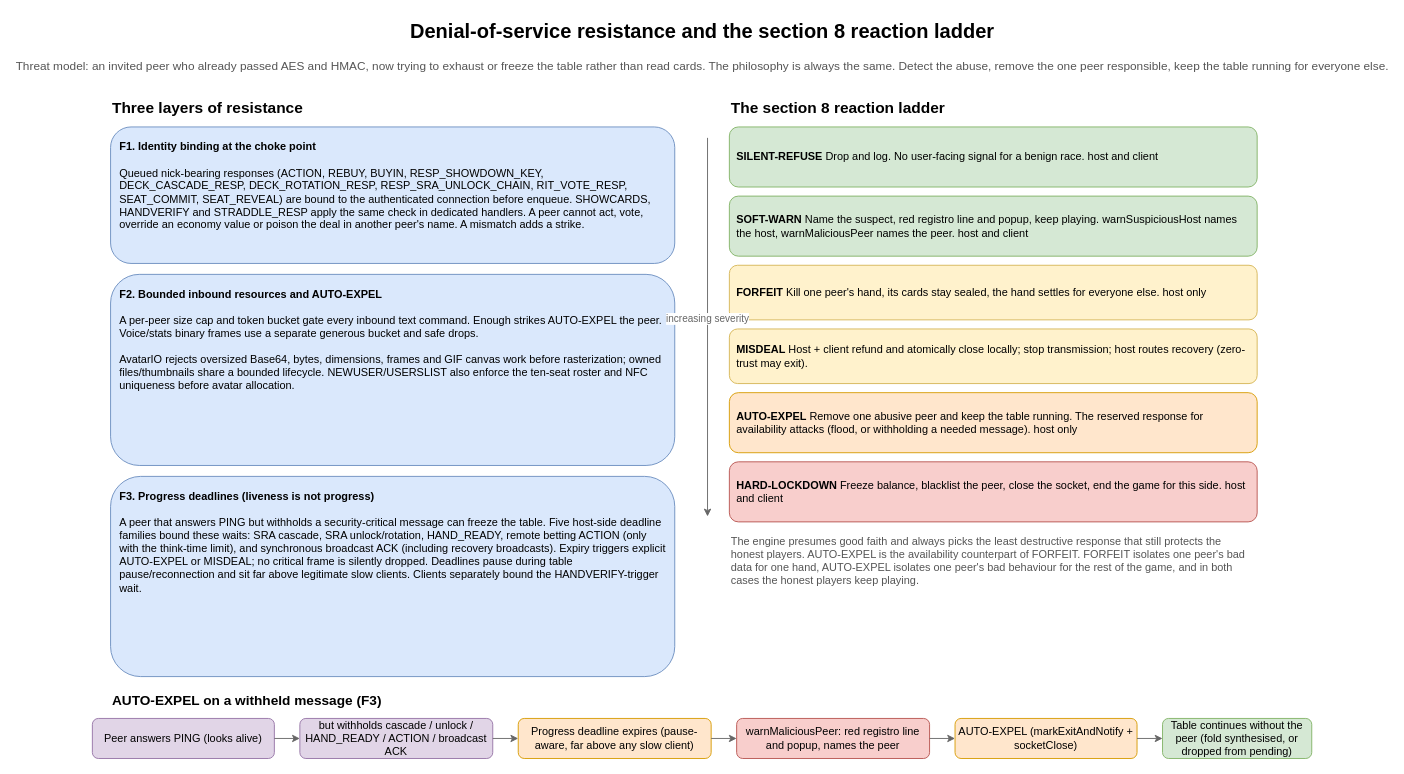
Above: docs/diagrams/dos-resistance.drawio in tonikelope/coronapoker (draw.io), before the change. Source tidied: cells renumbered, new cells numbered last; positions are measured from the earlier drawing's top-left corner, leaving out a move shared by most shapes. Both pictures are drawn from the tidied source at 91%, with x=0, y=0 at pixel (92, 15).
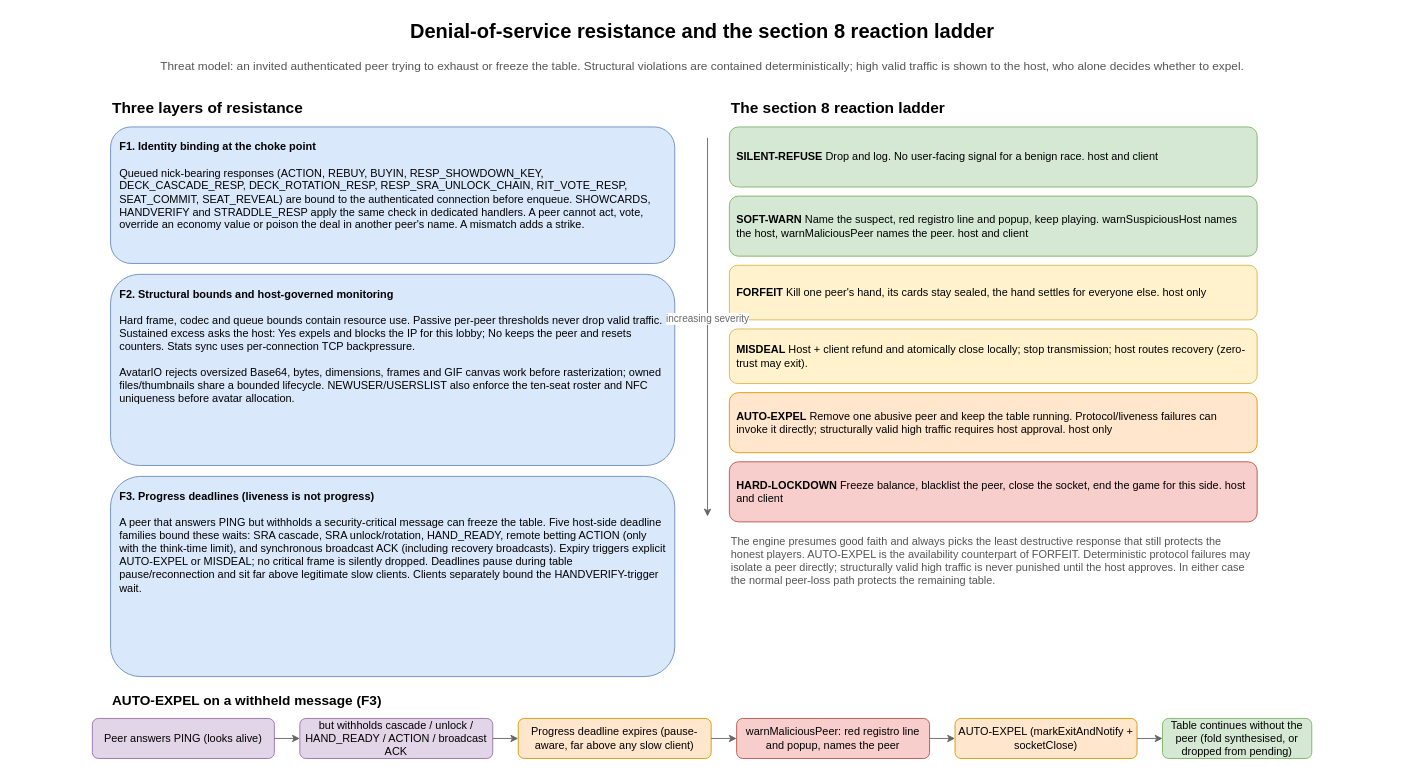
The same page after the edit.

What changed in the source:
```diff
@@
-    <mxCell id="3" value="Threat model: an invited peer who already passed AES and HMAC, now trying to exhaust or freeze the table rather than read cards. The philosophy is always the same. Detect the abuse, remove the one peer responsible, keep the table running for everyone else." style="text;html=1;fontSize=13;align=center;verticalAlign=middle;fontColor=#555555;" parent="1" vertex="1">
+    <mxCell id="3" value="Threat model: an invited authenticated peer trying to exhaust or freeze the table. Structural violations are contained deterministically; high valid traffic is shown to the host, who alone decides whether to expel." style="text;html=1;fontSize=13;align=center;verticalAlign=middle;fontColor=#555555;" parent="1" vertex="1">
       <mxGeometry y="38" width="1340" height="34" as="geometry" />
     </mxCell>
@@
-    <mxCell id="6" value="&lt;b&gt;F2. Bounded inbound resources and AUTO-EXPEL&lt;/b&gt;&lt;br&gt;&lt;br&gt;A per-peer size cap and token bucket gate every inbound text command. Enough strikes AUTO-EXPEL the peer. Voice/stats binary frames use a separate generous bucket and safe drops.&lt;br&gt;&lt;br&gt;AvatarIO rejects oversized Base64, bytes, dimensions, frames and GIF canvas work before rasterization; owned files/thumbnails share a bounded lifecycle. NEWUSER/USERSLIST also enforce the ten-seat roster and NFC uniqueness before avatar allocation." style="rounded=1;whiteSpace=wrap;html=1;fillColor=#dae8fc;strokeColor=#6c8ebf;align=left;verticalAlign=top;spacing=10;fontSize=12;" parent="1" vertex="1">
+    <mxCell id="6" value="&lt;b&gt;F2. Structural bounds and host-governed monitoring&lt;/b&gt;&lt;br&gt;&lt;br&gt;Hard frame, codec and queue bounds contain resource use. Passive per-peer thresholds never drop valid traffic. Sustained excess asks the host: Yes expels and blocks the IP for this lobby; No keeps the peer and resets counters. Stats sync uses per-connection TCP backpressure.&lt;br&gt;&lt;br&gt;AvatarIO rejects oversized Base64, bytes, dimensions, frames and GIF canvas work before rasterization; owned files/thumbnails share a bounded lifecycle. NEWUSER/USERSLIST also enforce the ten-seat roster and NFC uniqueness before avatar allocation." style="rounded=1;whiteSpace=wrap;html=1;fillColor=#dae8fc;strokeColor=#6c8ebf;align=left;verticalAlign=top;spacing=10;fontSize=12;" parent="1" vertex="1">
       <mxGeometry x="20" y="284" width="620" height="210" as="geometry" />
     </mxCell>
@@
-    <mxCell id="13" value="&lt;b&gt;AUTO-EXPEL&lt;/b&gt;   Remove one abusive peer and keep the table running. The reserved response for availability attacks (flood, or withholding a needed message). host only" style="rounded=1;whiteSpace=wrap;html=1;fillColor=#ffe6cc;strokeColor=#d79b00;align=left;verticalAlign=middle;spacing=8;fontSize=12;" parent="1" vertex="1">
+    <mxCell id="13" value="&lt;b&gt;AUTO-EXPEL&lt;/b&gt;   Remove one abusive peer and keep the table running. Protocol/liveness failures can invoke it directly; structurally valid high traffic requires host approval. host only" style="rounded=1;whiteSpace=wrap;html=1;fillColor=#ffe6cc;strokeColor=#d79b00;align=left;verticalAlign=middle;spacing=8;fontSize=12;" parent="1" vertex="1">
       <mxGeometry x="700" y="414" width="580" height="66" as="geometry" />
     </mxCell>
@@
-    <mxCell id="16" value="The engine presumes good faith and always picks the least destructive response that still protects the honest players. AUTO-EXPEL is the availability counterpart of FORFEIT. FORFEIT isolates one peer's bad data for one hand, AUTO-EXPEL isolates one peer's bad behaviour for the rest of the game, and in both cases the honest players keep playing." style="text;whiteSpace=wrap;html=1;fontSize=12;align=left;verticalAlign=top;fontColor=#555555;" parent="1" vertex="1">
+    <mxCell id="16" value="The engine presumes good faith and always picks the least destructive response that still protects the honest players. AUTO-EXPEL is the availability counterpart of FORFEIT. Deterministic protocol failures may isolate a peer directly; structurally valid high traffic is never punished until the host approves. In either case the normal peer-loss path protects the remaining table." style="text;whiteSpace=wrap;html=1;fontSize=12;align=left;verticalAlign=top;fontColor=#555555;" parent="1" vertex="1">
       <mxGeometry x="700" y="564" width="580" height="80" as="geometry" />
     </mxCell>
```
